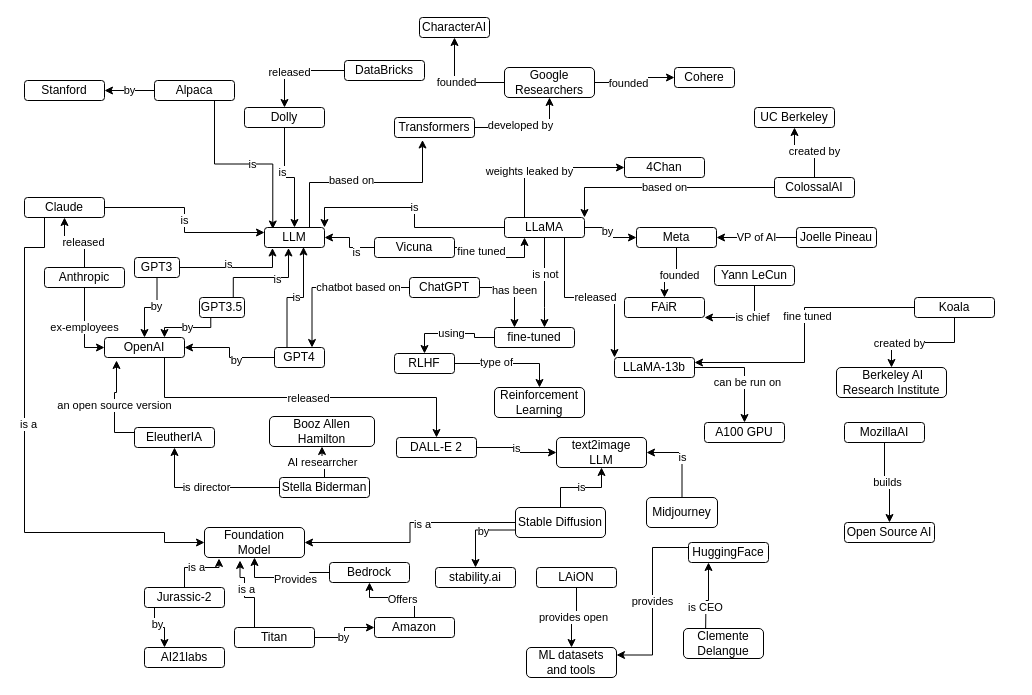
This is generativeAI.drawio from juananpe/generativeAI, a draw.io file, before an edit. Source tidied: cells renumbered, new cells numbered last; positions are measured from the earlier drawing's top-left corner, leaving out a move shared by most shapes. Both pictures are drawn from the tidied source at 100%, with x=0, y=0 at pixel (24, 17).
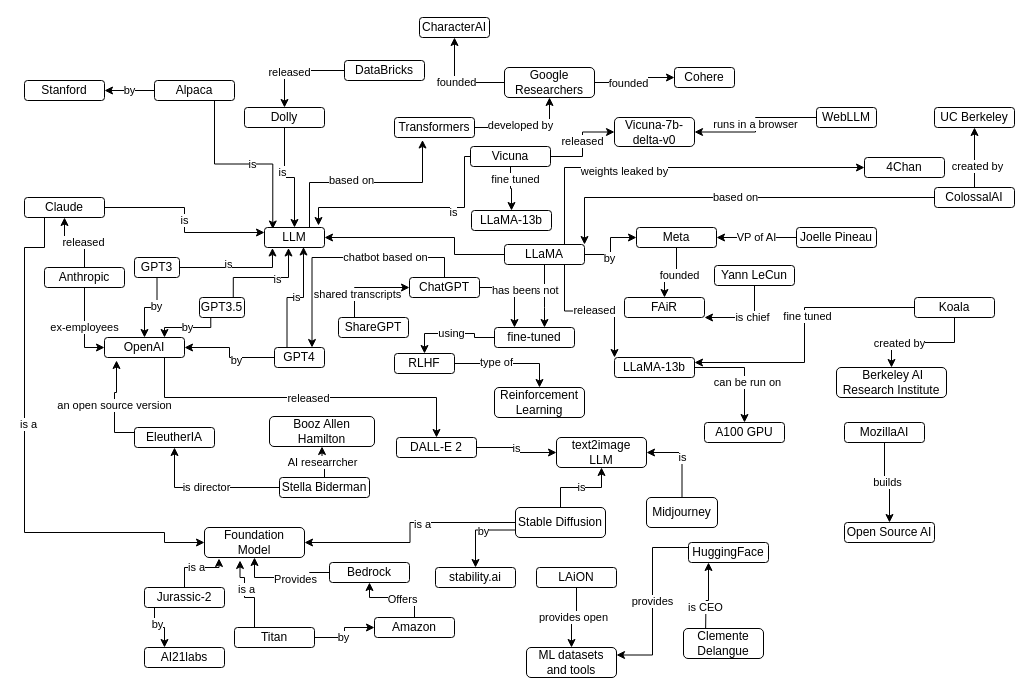
After the change.

Commit message:
add WebLLM, ShareGPT and Vicuna7b

The change refers to these unchanged cells:
```xml
<mxCell id="9" value="LLM" style="rounded=1;whiteSpace=wrap;html=1;" parent="1" vertex="1">
  <mxGeometry x="240" y="210" width="60" height="20" as="geometry" />
</mxCell>
<mxCell id="38" value="GPT4" style="rounded=1;whiteSpace=wrap;html=1;" parent="1" vertex="1">
  <mxGeometry x="250" y="330" width="50" height="20" as="geometry" />
</mxCell>
<mxCell id="121" value="ChatGPT" style="rounded=1;whiteSpace=wrap;html=1;" parent="1" vertex="1">
  <mxGeometry x="385" y="260" width="70" height="20" as="geometry" />
</mxCell>
```

Change to the diagram source:
```diff
@@
     <mxCell id="40" value="ColossalAI" style="rounded=1;whiteSpace=wrap;html=1;" parent="1" vertex="1">
-      <mxGeometry x="750" y="160" width="80" height="20" as="geometry" />
+      <mxGeometry x="910" y="170" width="80" height="20" as="geometry" />
     </mxCell>
@@
     <mxCell id="43" value="UC Berkeley" style="rounded=1;whiteSpace=wrap;html=1;" parent="1" vertex="1">
-      <mxGeometry x="730" y="90" width="80" height="20" as="geometry" />
+      <mxGeometry x="910" y="90" width="80" height="20" as="geometry" />
     </mxCell>
@@
-    <mxCell id="50" style="edgeStyle=orthogonalEdgeStyle;rounded=0;jettySize=auto;html=1;exitX=0.25;exitY=0;exitDx=0;exitDy=0;entryX=0;entryY=0.5;entryDx=0;entryDy=0;" parent="1" edge="1" source="53" target="79">
+    <mxCell id="50" style="edgeStyle=orthogonalEdgeStyle;rounded=0;jettySize=auto;html=1;exitX=0.75;exitY=0;exitDx=0;exitDy=0;entryX=0;entryY=0.5;entryDx=0;entryDy=0;" parent="1" edge="1" source="53" target="79">
       <mxGeometry relative="1" as="geometry" />
     </mxCell>
@@
-    <mxCell id="52" value="is" style="edgeStyle=orthogonalEdgeStyle;rounded=0;jettySize=auto;html=1;entryX=1;entryY=0;entryDx=0;entryDy=0;" parent="1" edge="1" source="53" target="9">
-      <mxGeometry relative="1" as="geometry" />
+    <mxCell id="52" style="edgeStyle=orthogonalEdgeStyle;rounded=0;jettySize=auto;html=1;entryX=1;entryY=0.5;entryDx=0;entryDy=0;" parent="1" edge="1" source="53" target="9">
+      <mxGeometry relative="1" as="geometry">
+        <Array as="points">
+          <mxPoint x="430" y="237" />
+          <mxPoint x="430" y="220" />
+        </Array>
+      </mxGeometry>
     </mxCell>
     <mxCell id="53" value="LLaMA" style="rounded=1;whiteSpace=wrap;html=1;" parent="1" vertex="1">
-      <mxGeometry x="480" y="200" width="80" height="20" as="geometry" />
+      <mxGeometry x="480" y="227" width="80" height="20" as="geometry" />
     </mxCell>
@@
-    <mxCell id="59" style="edgeStyle=orthogonalEdgeStyle;rounded=0;jettySize=auto;html=1;" parent="1" edge="1" source="63" target="9">
-      <mxGeometry relative="1" as="geometry" />
+    <mxCell id="59" style="edgeStyle=orthogonalEdgeStyle;rounded=0;jettySize=auto;html=1;entryX=0.9;entryY=-0.1;entryDx=0;entryDy=0;entryPerimeter=0;" parent="1" edge="1" source="63" target="9">
+      <mxGeometry relative="1" as="geometry">
+        <Array as="points">
+          <mxPoint x="440" y="139" />
+          <mxPoint x="440" y="190" />
+          <mxPoint x="294" y="190" />
+        </Array>
+      </mxGeometry>
     </mxCell>
@@
-    <mxCell id="61" style="edgeStyle=orthogonalEdgeStyle;rounded=0;jettySize=auto;html=1;entryX=0.25;entryY=1;entryDx=0;entryDy=0;" parent="1" edge="1" source="63" target="53">
-      <mxGeometry relative="1" as="geometry" />
-    </mxCell>
+    <mxCell id="146" style="edgeStyle=orthogonalEdgeStyle;rounded=0;jettySize=auto;html=1;" parent="1" edge="1" source="63" target="149">
+      <mxGeometry relative="1" as="geometry" />
+    </mxCell>
-    <mxCell id="62" value="fine tuned" style="edgeLabel;html=1;align=center;verticalAlign=middle;" parent="61" vertex="1">
-      <mxGeometry x="-0.44" y="1" relative="1" as="geometry" />
+    <mxCell id="62" value="fine tuned" style="edgeLabel;html=1;align=center;verticalAlign=middle;" parent="146" vertex="1">
+      <mxGeometry x="-0.47" y="4" relative="1" as="geometry" />
     </mxCell>
     <mxCell id="63" value="Vicuna" style="rounded=1;whiteSpace=wrap;html=1;" parent="1" vertex="1">
-      <mxGeometry x="350" y="220" width="80" height="20" as="geometry" />
+      <mxGeometry x="446" y="129" width="80" height="20" as="geometry" />
     </mxCell>
@@
     <mxCell id="79" value="4Chan" style="rounded=1;whiteSpace=wrap;html=1;" parent="1" vertex="1">
-      <mxGeometry x="600" y="140" width="80" height="20" as="geometry" />
+      <mxGeometry x="840" y="140" width="80" height="20" as="geometry" />
     </mxCell>
@@
-    <mxCell id="119" value="chatbot based on" style="edgeStyle=orthogonalEdgeStyle;rounded=0;jettySize=auto;html=1;entryX=0.75;entryY=0;entryDx=0;entryDy=0;" parent="1" edge="1" source="121" target="38">
+    <mxCell id="119" value="chatbot based on" style="edgeStyle=orthogonalEdgeStyle;rounded=0;jettySize=auto;html=1;entryX=0.75;entryY=0;entryDx=0;entryDy=0;exitX=0.5;exitY=0;exitDx=0;exitDy=0;" parent="1" edge="1" source="121" target="38">
       <mxGeometry x="-0.35" relative="1" as="geometry" />
     </mxCell>
@@
+    <mxCell id="147" style="edgeStyle=orthogonalEdgeStyle;rounded=0;jettySize=auto;html=1;" parent="1" edge="1" source="155" target="121">
+      <mxGeometry relative="1" as="geometry">
+        <Array as="points">
+          <mxPoint x="330" y="270" />
+        </Array>
+      </mxGeometry>
+    </mxCell>
+    <mxCell id="148" value="shared transcripts" style="edgeLabel;html=1;align=center;verticalAlign=middle;" parent="147" vertex="1">
+      <mxGeometry x="-0.42" y="-2" relative="1" as="geometry">
+        <mxPoint y="1" as="offset" />
+      </mxGeometry>
+    </mxCell>
@@
+    <mxCell id="149" value="LLaMA-13b" style="rounded=1;whiteSpace=wrap;html=1;" parent="1" vertex="1">
+      <mxGeometry x="447" y="193" width="80" height="20" as="geometry" />
+    </mxCell>
+    <mxCell id="150" value="WebLLM" style="rounded=1;whiteSpace=wrap;html=1;" parent="1" vertex="1">
+      <mxGeometry x="792" y="90" width="60" height="20" as="geometry" />
+    </mxCell>
+    <mxCell id="151" value="runs in a browser" style="edgeStyle=orthogonalEdgeStyle;rounded=0;jettySize=auto;html=1;" parent="1" edge="1" source="150" target="154">
+      <mxGeometry relative="1" as="geometry" />
+    </mxCell>
+    <mxCell id="152" style="edgeStyle=orthogonalEdgeStyle;rounded=0;jettySize=auto;html=1;" parent="1" edge="1" source="63" target="154">
+      <mxGeometry relative="1" as="geometry" />
+    </mxCell>
+    <mxCell id="153" value="released" style="edgeLabel;html=1;align=center;verticalAlign=middle;" parent="152" vertex="1">
+      <mxGeometry x="0.09" y="1" relative="1" as="geometry" />
+    </mxCell>
+    <mxCell id="154" value="Vicuna-7b-delta-v0" style="rounded=1;whiteSpace=wrap;html=1;" parent="1" vertex="1">
+      <mxGeometry x="590" y="100" width="80" height="29" as="geometry" />
+    </mxCell>
+    <mxCell id="155" value="ShareGPT" style="rounded=1;whiteSpace=wrap;html=1;" parent="1" vertex="1">
+      <mxGeometry x="314" y="300" width="70" height="20" as="geometry" />
+    </mxCell>
```
